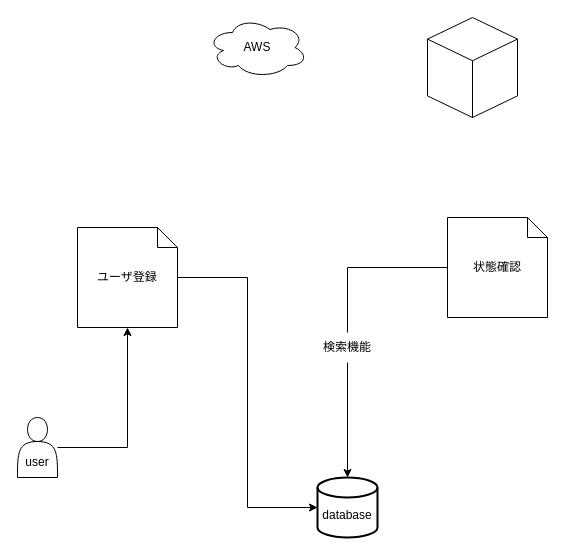
Before: page "画面設計" (2 of 3) of 画面設計.drawio in ringohoka/AnnounceSituation, a draw.io diagram. Source tidied: cells renumbered, new cells numbered last; positions are measured from the earlier drawing's top-left corner, leaving out a move shared by most shapes. Both pictures are drawn from the tidied source at 100%, with x=0, y=0 at pixel (17, 17).
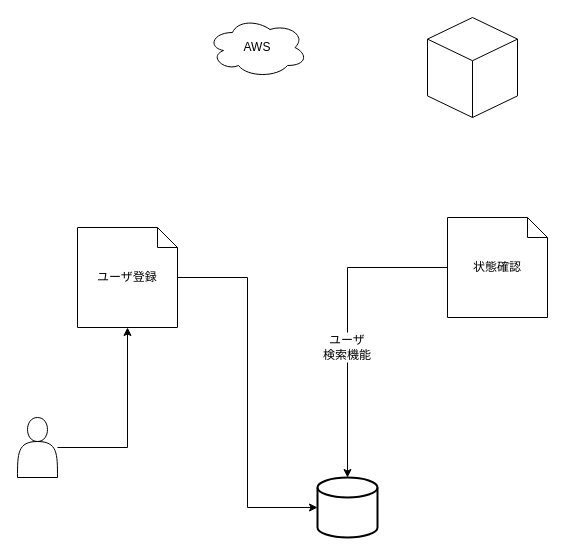
The same page after the edit.

Commit message:
画面設計.drawio を更新します

Diff of the diagram source:
```diff
@@
 <mxGraphModel>
   <root>
     <mxCell id="0" />
     <mxCell id="1" parent="0" />
     <mxCell id="2" style="edgeStyle=orthogonalEdgeStyle;rounded=0;jettySize=auto;html=1;entryX=0.5;entryY=1;entryDx=0;entryDy=0;entryPerimeter=0;" parent="1" edge="1" source="3" target="10">
       <mxGeometry relative="1" as="geometry" />
     </mxCell>
-    <mxCell id="3" value="&lt;br&gt;&lt;br&gt;user" style="shape=actor;whiteSpace=wrap;html=1;" parent="1" vertex="1">
+    <mxCell id="3" style="shape=actor;whiteSpace=wrap;html=1;" parent="1" vertex="1">
       <mxGeometry y="400" width="40" height="60" as="geometry" />
     </mxCell>
     <mxCell id="4" style="html=1;whiteSpace=wrap;shape=isoCube2;backgroundOutline=1;isoAngle=15;" parent="1" vertex="1">
       <mxGeometry x="410" width="90" height="100" as="geometry" />
     </mxCell>
     <mxCell id="5" value="AWS" style="ellipse;shape=cloud;whiteSpace=wrap;html=1;align=center;" parent="1" vertex="1">
       <mxGeometry x="190" width="100" height="60" as="geometry" />
     </mxCell>
-    <mxCell id="6" value="&lt;br&gt;database" style="strokeWidth=2;html=1;shape=mxgraph.flowchart.database;whiteSpace=wrap;" parent="1" vertex="1">
+    <mxCell id="6" style="strokeWidth=2;html=1;shape=mxgraph.flowchart.database;whiteSpace=wrap;" parent="1" vertex="1">
       <mxGeometry x="300" y="460" width="60" height="60" as="geometry" />
     </mxCell>
     <mxCell id="7" style="edgeStyle=orthogonalEdgeStyle;rounded=0;jettySize=auto;html=1;startArrow=none;" parent="1" edge="1" source="11" target="6">
       <mxGeometry relative="1" as="geometry" />
     </mxCell>
     <mxCell id="8" value="状態確認" style="shape=note;size=20;whiteSpace=wrap;html=1;" parent="1" vertex="1">
       <mxGeometry x="430" y="200" width="100" height="100" as="geometry" />
     </mxCell>
     <mxCell id="9" style="edgeStyle=orthogonalEdgeStyle;rounded=0;jettySize=auto;html=1;entryX=0;entryY=0.5;entryDx=0;entryDy=0;entryPerimeter=0;" parent="1" edge="1" source="10" target="6">
       <mxGeometry relative="1" as="geometry" />
     </mxCell>
     <mxCell id="10" value="ユーザ登録" style="shape=note;size=20;whiteSpace=wrap;html=1;" parent="1" vertex="1">
       <mxGeometry x="60" y="210" width="100" height="100" as="geometry" />
     </mxCell>
-    <mxCell id="11" value="検索機能" style="text;html=1;strokeColor=none;fillColor=none;align=center;verticalAlign=middle;whiteSpace=wrap;rounded=0;" parent="1" vertex="1">
+    <mxCell id="11" value="ユーザ&lt;br&gt;検索機能" style="text;html=1;strokeColor=none;fillColor=none;align=center;verticalAlign=middle;whiteSpace=wrap;rounded=0;" parent="1" vertex="1">
       <mxGeometry x="300" y="315" width="60" height="30" as="geometry" />
     </mxCell>
     <mxCell id="12" style="edgeStyle=orthogonalEdgeStyle;rounded=0;jettySize=auto;html=1;endArrow=none;" parent="1" edge="1" source="8" target="11">
       <mxGeometry relative="1" as="geometry" />
     </mxCell>
   </root>
 </mxGraphModel>
```
